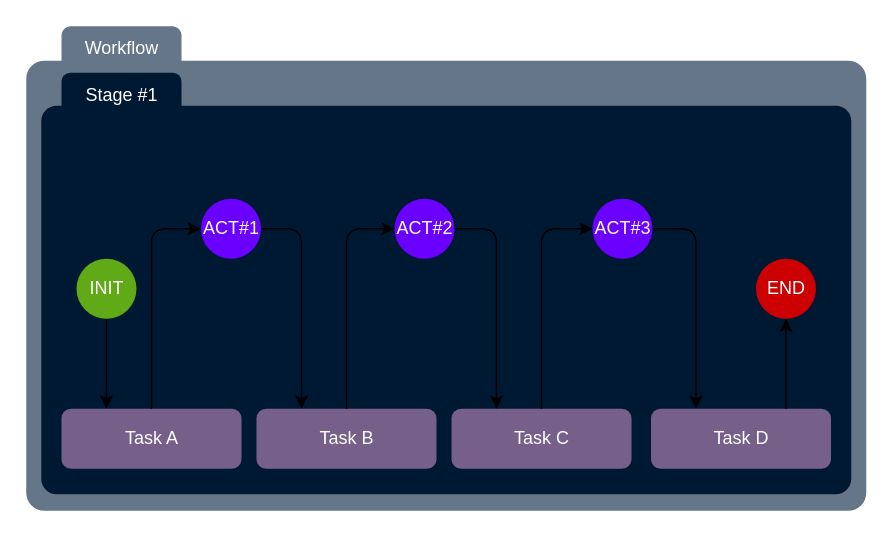
The draw.io diagram page "Single Direction Action-2" (4 of 6) of design/Clef-Workflow.drawio in arkitik/clef-workflow, before the edit. Source tidied: cells renumbered, new cells numbered last; positions are measured from the earlier drawing's top-left corner, leaving out a move shared by most shapes. Both pictures are drawn from the tidied source at 150%, with x=0, y=0 at pixel (26, 26).
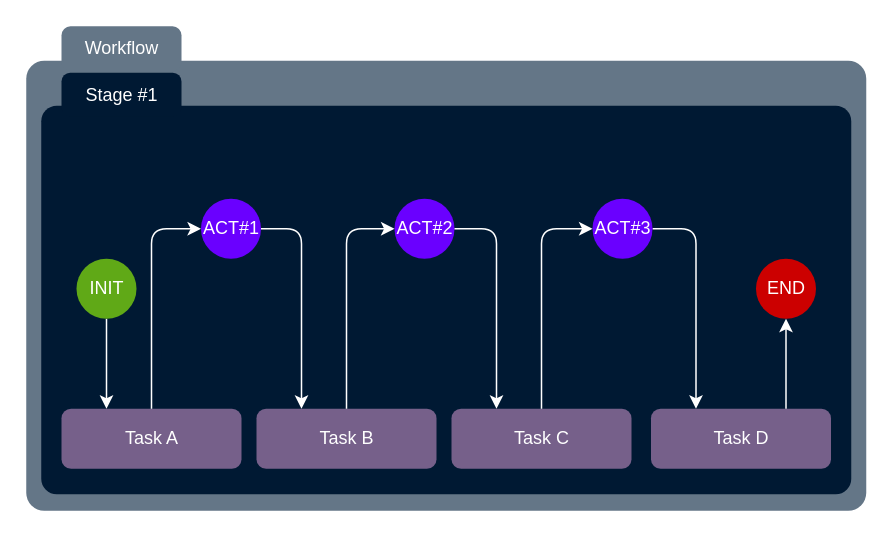
The same diagram, later.

Unchanged cells that the change refers to:
```xml
<mxCell id="6" style="group;" parent="2" vertex="1">
  <mxGeometry x="23.5" y="112" width="513" height="180" as="geometry" />
</mxCell>
<mxCell id="7" value="Task A" style="rounded=1;whiteSpace=wrap;html=1;shadow=0;glass=0;comic=0;fillColor=#76608a;strokeColor=none;fontColor=#ffffff;arcSize=16;" parent="6" vertex="1">
  <mxGeometry y="140" width="120" height="40" as="geometry" />
</mxCell>
<mxCell id="8" value="Task B" style="rounded=1;whiteSpace=wrap;html=1;shadow=0;glass=0;comic=0;fillColor=#76608a;strokeColor=none;fontColor=#ffffff;arcSize=16;" parent="6" vertex="1">
  <mxGeometry x="130" y="140" width="120" height="40" as="geometry" />
</mxCell>
<mxCell id="9" value="Task D" style="rounded=1;whiteSpace=wrap;html=1;shadow=0;glass=0;comic=0;fillColor=#76608a;strokeColor=none;fontColor=#ffffff;arcSize=16;" parent="6" vertex="1">
  <mxGeometry x="393" y="140" width="120" height="40" as="geometry" />
</mxCell>
<mxCell id="11" value="ACT#1" style="ellipse;whiteSpace=wrap;html=1;rounded=1;shadow=0;glass=0;comic=0;fillColor=#6a00ff;strokeColor=none;fontColor=#ffffff;" parent="6" vertex="1">
  <mxGeometry x="93" width="40" height="40" as="geometry" />
</mxCell>
<mxCell id="13" value="ACT#2" style="ellipse;whiteSpace=wrap;html=1;rounded=1;shadow=0;glass=0;comic=0;fillColor=#6a00ff;strokeColor=none;fontColor=#ffffff;" parent="6" vertex="1">
  <mxGeometry x="222" width="40" height="40" as="geometry" />
</mxCell>
<mxCell id="15" value="END" style="ellipse;whiteSpace=wrap;html=1;rounded=1;shadow=0;glass=0;comic=0;fillColor=#CC0000;strokeColor=none;fontColor=#ffffff;" parent="6" vertex="1">
  <mxGeometry x="463" y="40" width="40" height="40" as="geometry" />
</mxCell>
<mxCell id="17" value="Task C" style="rounded=1;whiteSpace=wrap;html=1;shadow=0;glass=0;comic=0;fillColor=#76608a;strokeColor=none;fontColor=#ffffff;arcSize=16;" parent="6" vertex="1">
  <mxGeometry x="260" y="140" width="120" height="40" as="geometry" />
</mxCell>
<mxCell id="20" value="ACT#3" style="ellipse;whiteSpace=wrap;html=1;rounded=1;shadow=0;glass=0;comic=0;fillColor=#6a00ff;strokeColor=none;fontColor=#ffffff;" parent="6" vertex="1">
  <mxGeometry x="354" width="40" height="40" as="geometry" />
</mxCell>
<mxCell id="23" value="INIT" style="ellipse;whiteSpace=wrap;html=1;rounded=1;shadow=0;glass=0;comic=0;fillColor=#60a917;strokeColor=none;fontColor=#ffffff;" parent="6" vertex="1">
  <mxGeometry x="10" y="40" width="40" height="40" as="geometry" />
</mxCell>
```

The edit, as a diff of the source:
```diff
@@
-    <mxCell id="10" style="edgeStyle=orthogonalEdgeStyle;rounded=1;jettySize=auto;html=1;entryX=0.25;entryY=0;entryDx=0;entryDy=0;" parent="6" edge="1" source="11" target="8">
+    <mxCell id="10" style="edgeStyle=orthogonalEdgeStyle;rounded=1;jettySize=auto;html=1;entryX=0.25;entryY=0;entryDx=0;entryDy=0;strokeColor=#ffffff;" parent="6" edge="1" source="11" target="8">
       <mxGeometry relative="1" as="geometry">
         <Array as="points">
           <mxPoint x="160" y="20" />
         </Array>
       </mxGeometry>
     </mxCell>
@@
-    <mxCell id="12" style="edgeStyle=orthogonalEdgeStyle;rounded=1;jettySize=auto;html=1;entryX=0;entryY=0.5;entryDx=0;entryDy=0;" parent="6" edge="1" source="7" target="11">
+    <mxCell id="12" style="edgeStyle=orthogonalEdgeStyle;rounded=1;jettySize=auto;html=1;entryX=0;entryY=0.5;entryDx=0;entryDy=0;strokeColor=#ffffff;" parent="6" edge="1" source="7" target="11">
       <mxGeometry relative="1" as="geometry" />
     </mxCell>
@@
-    <mxCell id="14" style="edgeStyle=orthogonalEdgeStyle;rounded=1;jettySize=auto;html=1;entryX=0;entryY=0.5;entryDx=0;entryDy=0;exitX=0.5;exitY=0;exitDx=0;exitDy=0;" parent="6" edge="1" source="8" target="13">
+    <mxCell id="14" style="edgeStyle=orthogonalEdgeStyle;rounded=1;jettySize=auto;html=1;entryX=0;entryY=0.5;entryDx=0;entryDy=0;exitX=0.5;exitY=0;exitDx=0;exitDy=0;strokeColor=#ffffff;" parent="6" edge="1" source="8" target="13">
       <mxGeometry relative="1" as="geometry">
         <Array as="points">
           <mxPoint x="190" y="20" />
         </Array>
       </mxGeometry>
     </mxCell>
@@
-    <mxCell id="16" style="edgeStyle=orthogonalEdgeStyle;rounded=1;jettySize=auto;html=1;entryX=0.5;entryY=1;entryDx=0;entryDy=0;exitX=0.75;exitY=0;exitDx=0;exitDy=0;" parent="6" edge="1" source="9" target="15">
+    <mxCell id="16" style="edgeStyle=orthogonalEdgeStyle;rounded=1;jettySize=auto;html=1;entryX=0.5;entryY=1;entryDx=0;entryDy=0;exitX=0.75;exitY=0;exitDx=0;exitDy=0;strokeColor=#ffffff;" parent="6" edge="1" source="9" target="15">
       <mxGeometry relative="1" as="geometry" />
     </mxCell>
@@
-    <mxCell id="18" style="edgeStyle=orthogonalEdgeStyle;rounded=1;jettySize=auto;html=1;entryX=0.25;entryY=0;entryDx=0;entryDy=0;" parent="6" edge="1" source="13" target="17">
+    <mxCell id="18" style="edgeStyle=orthogonalEdgeStyle;rounded=1;jettySize=auto;html=1;entryX=0.25;entryY=0;entryDx=0;entryDy=0;strokeColor=#ffffff;" parent="6" edge="1" source="13" target="17">
       <mxGeometry relative="1" as="geometry">
         <Array as="points">
           <mxPoint x="290" y="90" />
           <mxPoint x="290" y="90" />
         </Array>
       </mxGeometry>
     </mxCell>
-    <mxCell id="19" style="edgeStyle=orthogonalEdgeStyle;rounded=1;jettySize=auto;html=1;entryX=0.25;entryY=0;entryDx=0;entryDy=0;exitX=1;exitY=0.5;exitDx=0;exitDy=0;" parent="6" edge="1" source="20" target="9">
+    <mxCell id="19" style="edgeStyle=orthogonalEdgeStyle;rounded=1;jettySize=auto;html=1;entryX=0.25;entryY=0;entryDx=0;entryDy=0;exitX=1;exitY=0.5;exitDx=0;exitDy=0;strokeColor=#ffffff;" parent="6" edge="1" source="20" target="9">
       <mxGeometry relative="1" as="geometry">
         <Array as="points">
           <mxPoint x="423" y="20" />
         </Array>
       </mxGeometry>
     </mxCell>
@@
-    <mxCell id="21" style="edgeStyle=orthogonalEdgeStyle;rounded=1;jettySize=auto;html=1;entryX=0;entryY=0.5;entryDx=0;entryDy=0;" parent="6" edge="1" source="17" target="20">
+    <mxCell id="21" style="edgeStyle=orthogonalEdgeStyle;rounded=1;jettySize=auto;html=1;entryX=0;entryY=0.5;entryDx=0;entryDy=0;strokeColor=#ffffff;" parent="6" edge="1" source="17" target="20">
       <mxGeometry relative="1" as="geometry" />
     </mxCell>
-    <mxCell id="22" style="edgeStyle=orthogonalEdgeStyle;rounded=1;jettySize=auto;html=1;entryX=0.25;entryY=0;entryDx=0;entryDy=0;" parent="6" edge="1" source="23" target="7">
+    <mxCell id="22" style="edgeStyle=orthogonalEdgeStyle;rounded=1;jettySize=auto;html=1;entryX=0.25;entryY=0;entryDx=0;entryDy=0;strokeColor=#ffffff;" parent="6" edge="1" source="23" target="7">
       <mxGeometry relative="1" as="geometry" />
     </mxCell>
```
